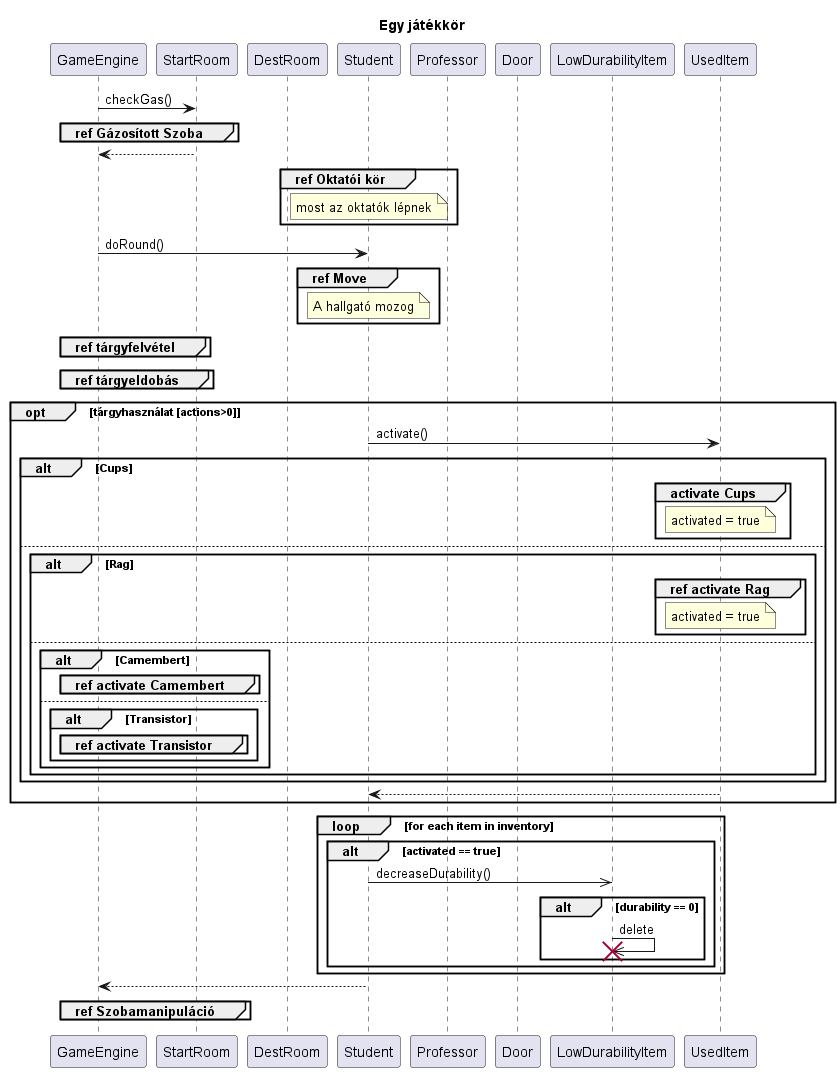
Earlier version of the PlantUML export out/diagramms/src/game_round/Round.png (kipolaris/skyrimscriptsuttogok).
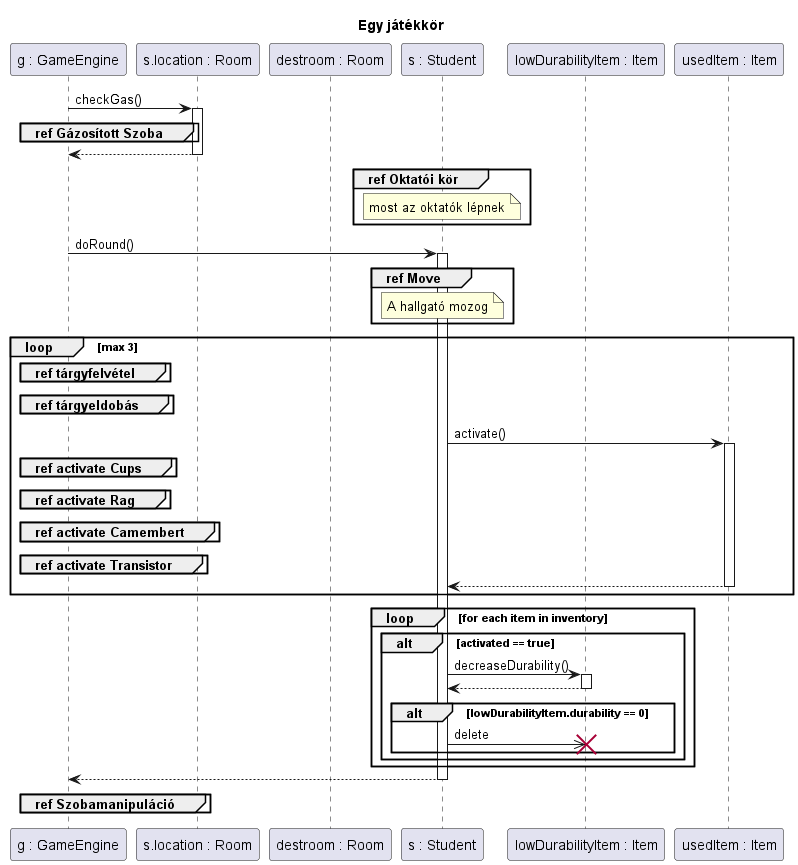
After the change.

The edit, as a diff of the source:
```diff
@@ -2,26 +2,23 @@
 
 title Egy játékkör
 
-participant GameEngine as g
-participant StartRoom as sz
-participant DestRoom as dsz
-participant Student as h
-participant Professor as okt
-participant Door as a
-participant LowDurabilityItem as t2
-participant UsedItem as t
+participant "g : GameEngine" as g
+participant "s.location : Room" as sz
+participant "destroom : Room" as dsz
+participant "s : Student" as h
+participant "lowDurabilityItem : Item" as t2
+participant "usedItem : Item" as t
 
-
-g->sz : checkGas()
+g->sz ++: checkGas()
 group ref Gázosított Szoba
 end
-sz-->g
+sz-->g --:
 
 group ref Oktatói kör
     note over h: most az oktatók lépnek
 end
 
-g -> h : doRound()
+g -> h ++: doRound()
 
 group ref Move
 note over h : A hallgató mozog
@@ -29,52 +26,45 @@
 
 
 
-group ref tárgyfelvétel
-end
+loop  max 3
 
-group ref tárgyeldobás
-end
-
-opt tárgyhasználat [actions>0]
-    h->t : activate()
-
-    alt Cups
-        group activate Cups
-            note over t : activated = true
-        end
-    else
-        alt Rag
-            group ref activate Rag
-                note over t : activated = true
-            end
-        else
-            alt Camembert
-                group ref activate Camembert
-                end
-            else
-                alt Transistor
-                    group ref activate Transistor
-                    end
-                end
-            end
-        end
+    group ref tárgyfelvétel
     end
 
-    t-->h
+    group ref tárgyeldobás
+    end
+
+    h->t ++: activate()
+
+
+        group ref activate Cups
+        end
+
+        group ref activate Rag
+        end
+
+        group ref activate Camembert
+        end
+
+        group ref activate Transistor
+        end
+
+    t-->h --:
 
 end
 
 loop for each item in inventory
     alt activated == true
-        h->>t2 : decreaseDurability()
+        h->t2 ++: decreaseDurability()
+        return
 
-        alt durability == 0
-            t2->>t2 !!: delete
+        alt lowDurabilityItem.durability == 0
+            h->>t2 !!: delete
         end
     end
 end
 
-h-->g
+h-->g --:
 
 group ref Szobamanipuláció
 end
```
